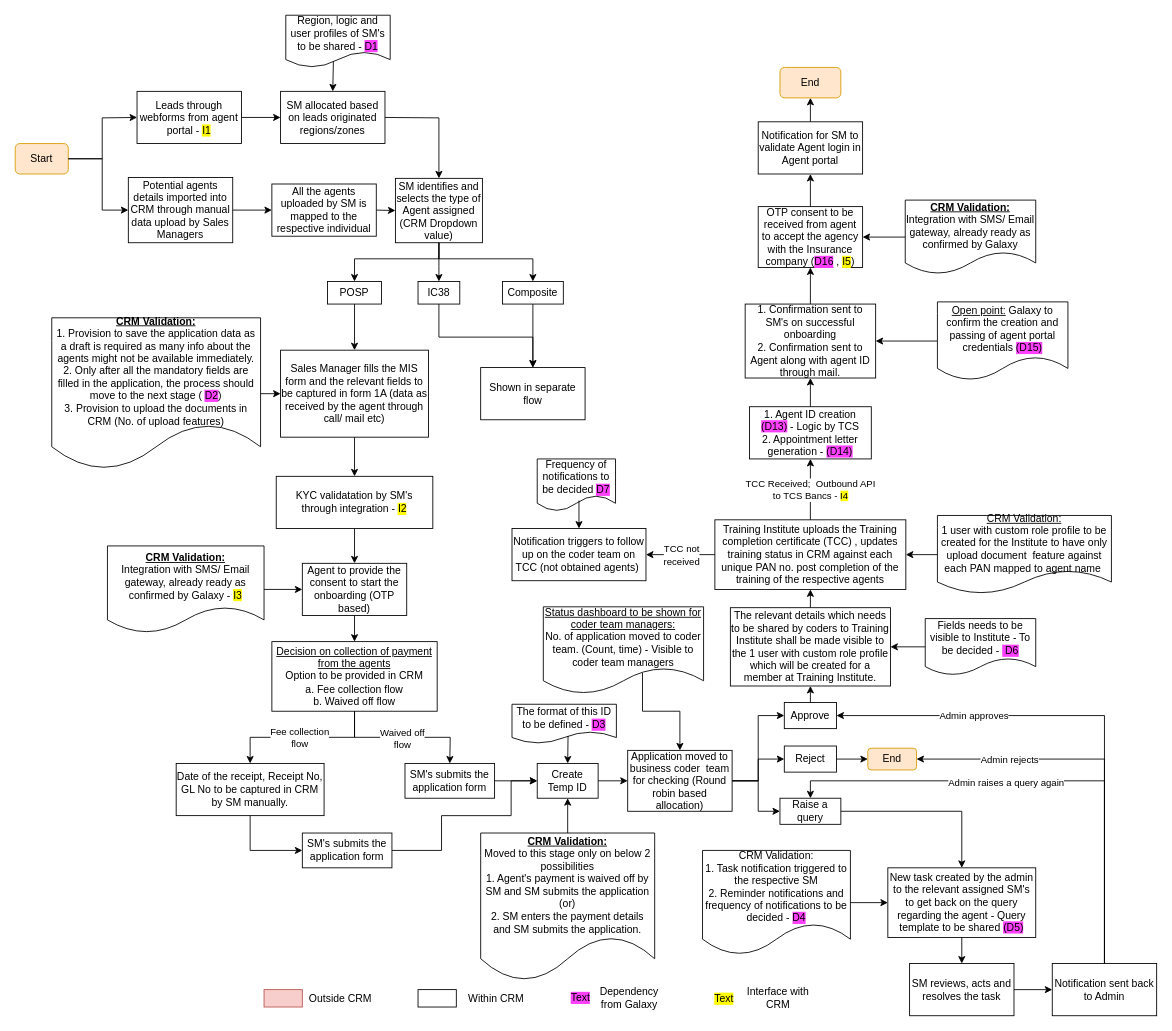
shaileshsreedar/Galaxy keeps this draw.io diagram as Agent Onboarding POSP.drawio. Above is the earlier version. Source tidied: cells renumbered, new cells numbered last; positions are measured from the earlier drawing's top-left corner, leaving out a move shared by most shapes. Both pictures are drawn from the tidied source at 87%, with x=0, y=0 at pixel (15, 15).
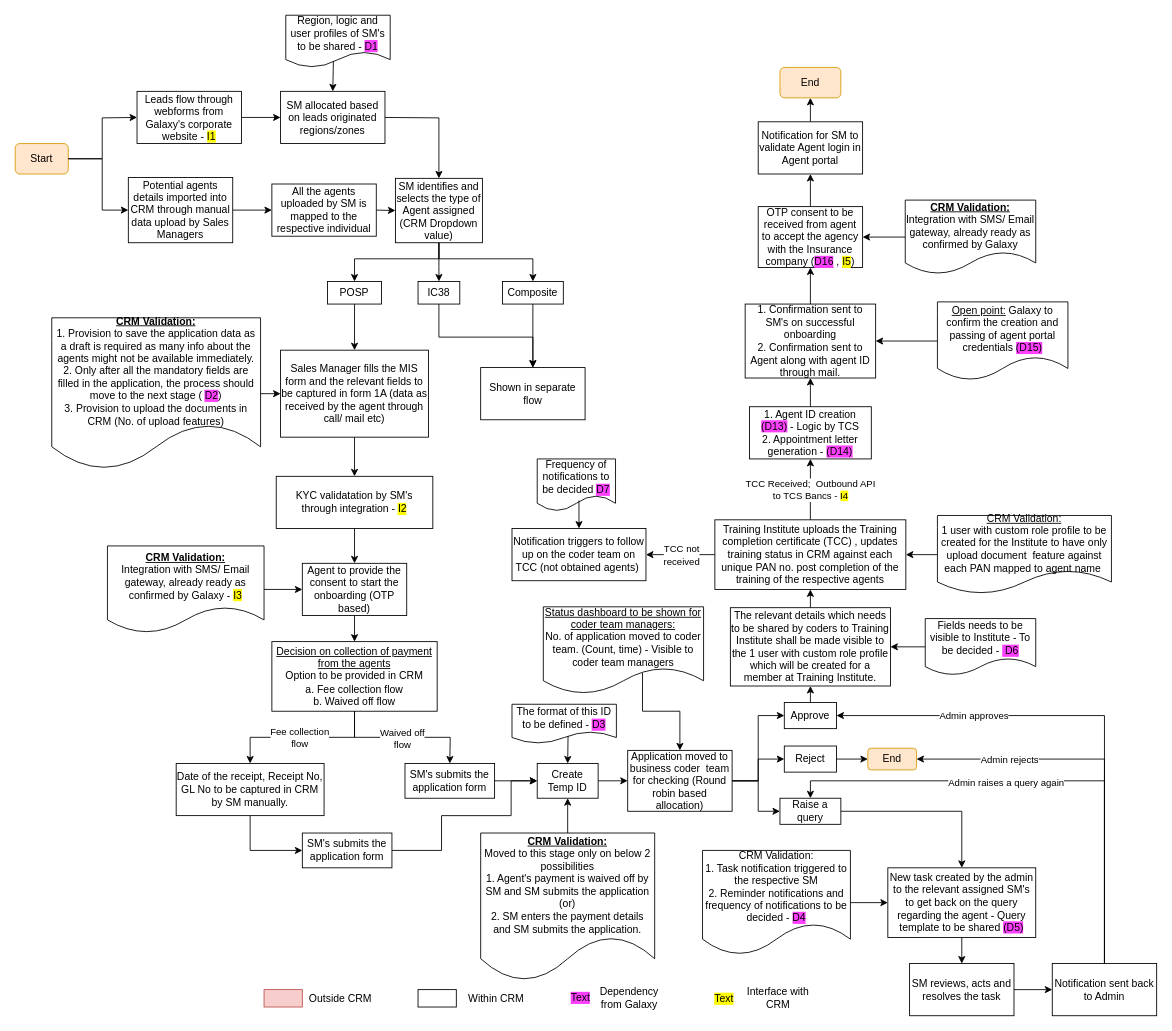
After the change.

Diff of the diagram source:
```diff
@@
-    <mxCell id="102" value="Leads through webforms from agent portal -&amp;nbsp;&lt;span style=&quot;background-color: rgb(255, 251, 0);&quot;&gt;I1&lt;/span&gt;" style="rounded=0;whiteSpace=wrap;html=1;" parent="1" vertex="1">
+    <mxCell id="102" value="Leads flow through webforms from Galaxy's corporate website -&amp;nbsp;&lt;span style=&quot;background-color: rgb(255, 251, 0);&quot;&gt;I1&lt;/span&gt;" style="rounded=0;whiteSpace=wrap;html=1;" parent="1" vertex="1">
       <mxGeometry x="140" y="87.5" width="120" height="60" as="geometry" />
     </mxCell>
```
